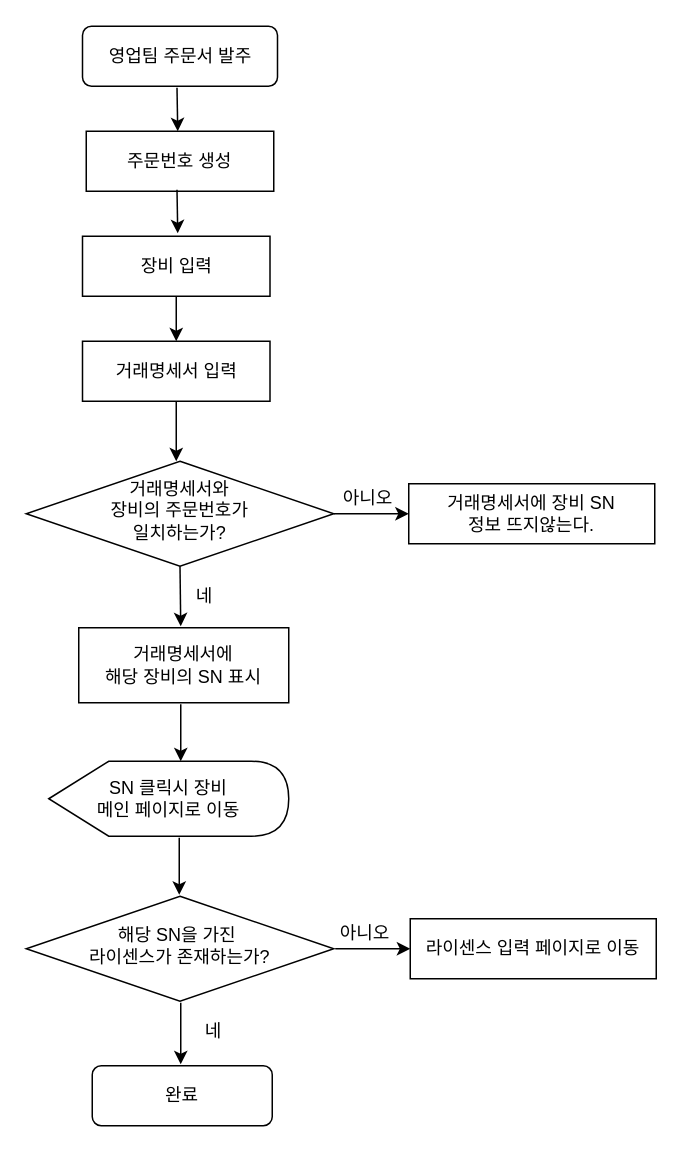
This is 거래명세서.drawio from MJKOOTHEFIRST/local1, a draw.io file, before an edit. Source tidied: cells renumbered, new cells numbered last; positions are measured from the earlier drawing's top-left corner, leaving out a move shared by most shapes. Both pictures are drawn from the tidied source at 150%, with x=0, y=0 at pixel (26, 26).
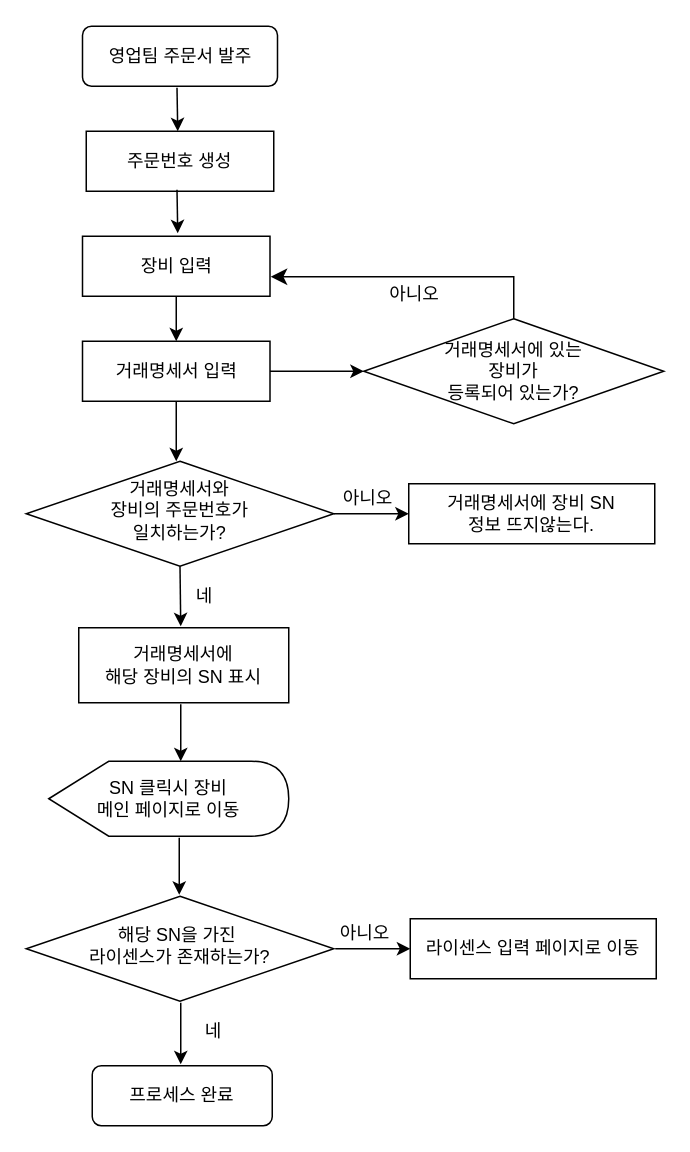
After the change.

Commit message (it also covers changes not shown here):
거래명세서.drawio 업데이트

The change refers to these unchanged cells:
```xml
<mxCell id="7" value="거래명세서 입력" style="rounded=0;whiteSpace=wrap;html=1;" parent="1" vertex="1">
  <mxGeometry x="37.5" y="210" width="125" height="40" as="geometry" />
</mxCell>
```

The edit, as a diff of the source:
```diff
@@
-    <mxCell id="3" value="완료" style="rounded=1;whiteSpace=wrap;html=1;fontSize=12;glass=0;strokeWidth=1;shadow=0;" parent="1" vertex="1">
+    <mxCell id="3" value="프로세스 완료" style="rounded=1;whiteSpace=wrap;html=1;fontSize=12;glass=0;strokeWidth=1;shadow=0;" parent="1" vertex="1">
       <mxGeometry x="44" y="693" width="120" height="40" as="geometry" />
     </mxCell>
@@
+    <mxCell id="27" style="endArrow=classic;html=1;rounded=0;exitX=1;exitY=0.5;exitDx=0;exitDy=0;entryX=0;entryY=0.5;entryDx=0;entryDy=0;" parent="1" edge="1" source="7" target="28">
+      <mxGeometry relative="1" as="geometry" />
+    </mxCell>
+    <mxCell id="28" value="거래명세서에 있는 &lt;br&gt;장비가 &lt;br&gt;등록되어 있는가?" style="rhombus;whiteSpace=wrap;html=1;" parent="1" vertex="1">
+      <mxGeometry x="225" y="195" width="200" height="70" as="geometry" />
+    </mxCell>
+    <mxCell id="29" style="edgeStyle=segmentEdgeStyle;endArrow=classic;html=1;curved=0;rounded=0;endSize=8;startSize=8;exitX=0.5;exitY=0;exitDx=0;exitDy=0;" parent="1" edge="1" source="28">
+      <mxGeometry relative="1" as="geometry">
+        <mxPoint x="163" y="167" as="targetPoint" />
+        <Array as="points">
+          <mxPoint x="325" y="167" />
+        </Array>
+      </mxGeometry>
+    </mxCell>
+    <mxCell id="30" value="아니오" style="text;html=1;strokeColor=none;fillColor=none;align=center;verticalAlign=middle;whiteSpace=wrap;overflow=hidden;" parent="1" vertex="1">
+      <mxGeometry x="219" y="169" width="80" height="20" as="geometry" />
+    </mxCell>
```
